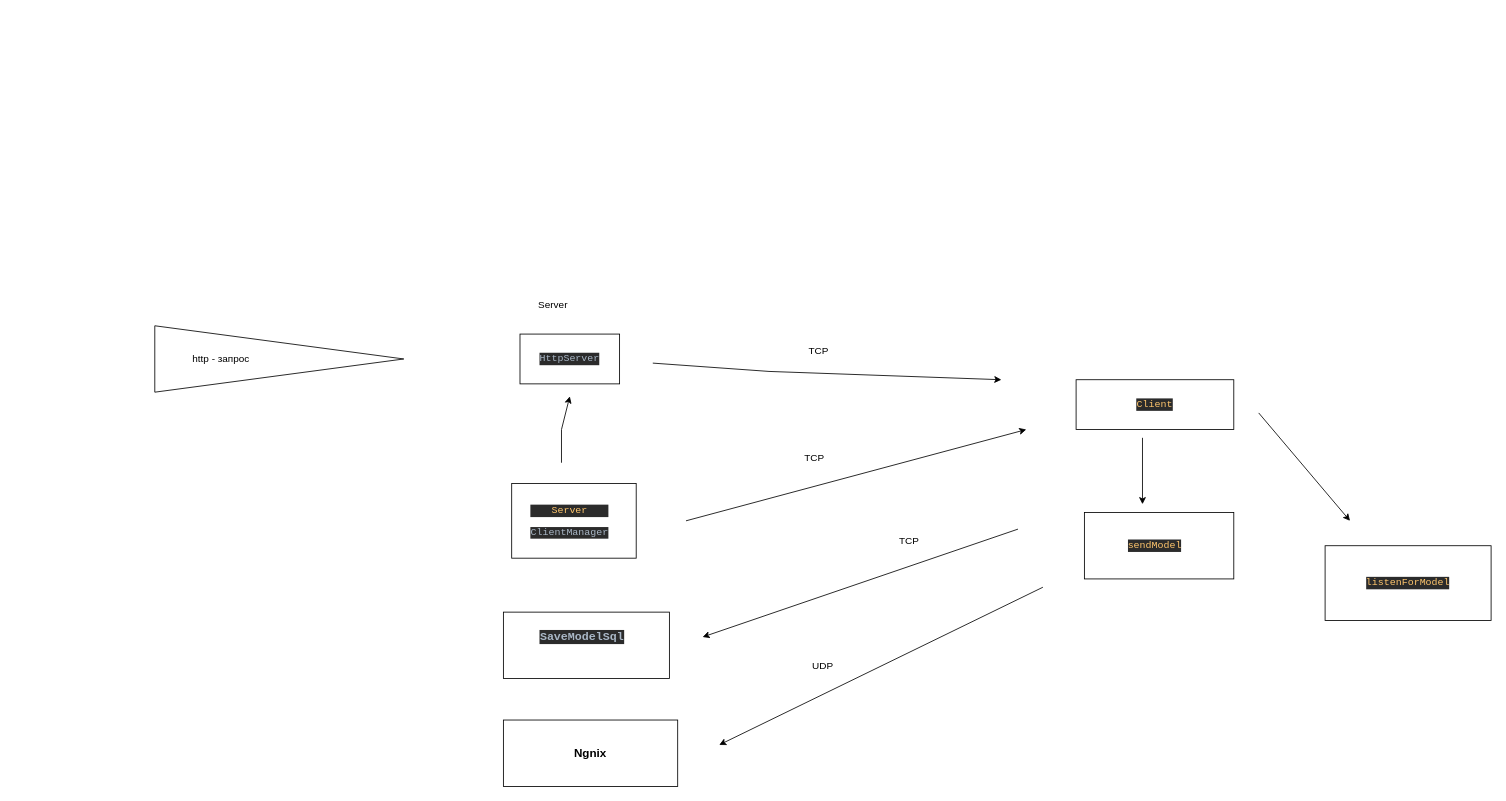
Before: src/main/java/structure_diagram.drawio in seregAnt02/AsuTcpServerOnJava, a draw.io diagram. Source tidied: cells renumbered, new cells numbered last; positions are measured from the earlier drawing's top-left corner, leaving out a move shared by most shapes. Both pictures are drawn from the tidied source at 83%, with x=0, y=0 at pixel (154, 292).
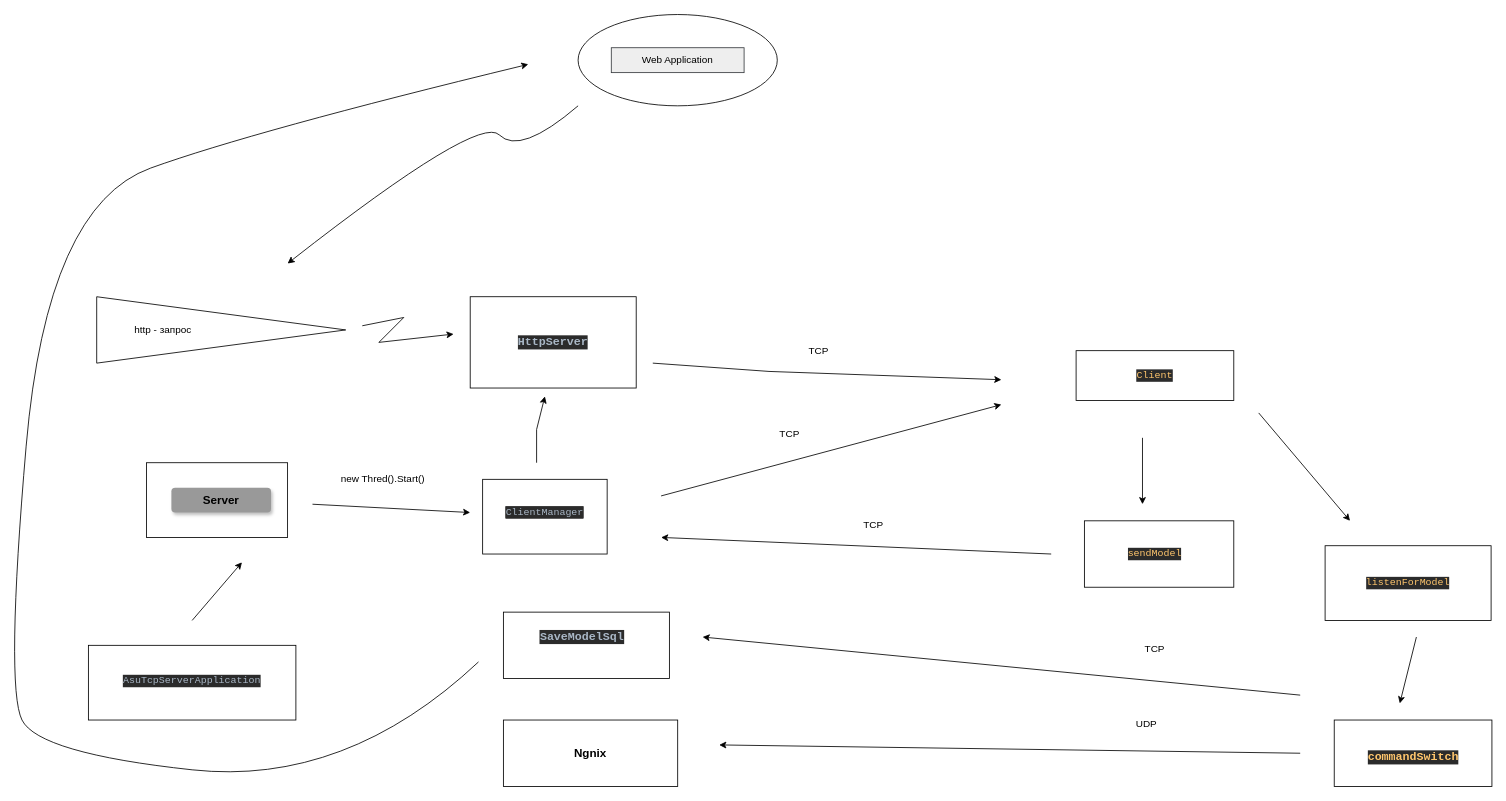
The same diagram, later.

Commit message (it also covers changes not shown here):
update decription structure application #1

What changed in the source:
```diff
@@
     <mxCell id="2" style="group;" parent="1" vertex="1">
-      <mxGeometry y="40" width="300" height="80" as="geometry" />
+      <mxGeometry x="-70" y="5" width="300" height="80" as="geometry" />
     </mxCell>
@@
-    <mxCell id="5" style="group;" parent="1" vertex="1">
-      <mxGeometry x="350" width="300" height="340" as="geometry" />
-    </mxCell>
-    <mxCell id="6" value="Server" style="text;html=1;align=center;verticalAlign=middle;whiteSpace=wrap;rounded=0;" parent="5" vertex="1">
-      <mxGeometry x="100" width="60" height="30" as="geometry" />
-    </mxCell>
-    <mxCell id="7" style="rounded=0;whiteSpace=wrap;html=1;" parent="5" vertex="1">
-      <mxGeometry x="90" y="50" width="120" height="60" as="geometry" />
-    </mxCell>
-    <mxCell id="8" value="&lt;pre style=&quot;background-color:#2b2b2b;color:#a9b7c6;font-family:'JetBrains Mono',monospace;font-size:9,8pt;&quot;&gt;HttpServer&lt;/pre&gt;" style="text;html=1;align=center;verticalAlign=middle;whiteSpace=wrap;rounded=0;" parent="5" vertex="1">
-      <mxGeometry x="120" y="65" width="60" height="30" as="geometry" />
-    </mxCell>
-    <mxCell id="9" style="rounded=0;whiteSpace=wrap;html=1;" parent="5" vertex="1">
-      <mxGeometry x="80" y="230" width="150" height="90" as="geometry" />
-    </mxCell>
-    <mxCell id="10" value="&lt;pre style=&quot;background-color: rgb(43, 43, 43); color: rgb(169, 183, 198); font-family: &amp;quot;JetBrains Mono&amp;quot;, monospace;&quot;&gt;&lt;pre style=&quot;font-family: &amp;quot;JetBrains Mono&amp;quot;, monospace;&quot;&gt;&lt;span style=&quot;color:#ffc66d;&quot;&gt;Server&lt;/span&gt;&lt;/pre&gt;&lt;/pre&gt;&lt;pre style=&quot;background-color: rgb(43, 43, 43); color: rgb(169, 183, 198); font-family: &amp;quot;JetBrains Mono&amp;quot;, monospace;&quot;&gt;ClientManager&lt;/pre&gt;" style="text;html=1;align=center;verticalAlign=middle;whiteSpace=wrap;rounded=0;" parent="5" vertex="1">
-      <mxGeometry x="90" y="245.7" width="120" height="60" as="geometry" />
-    </mxCell>
@@
-    <mxCell id="15" style="endArrow=classic;html=1;rounded=0;" parent="1" edge="1">
-      <mxGeometry relative="1" as="geometry">
-        <mxPoint x="490" y="205" as="sourcePoint" />
-        <mxPoint x="500" y="125" as="targetPoint" />
-        <Array as="points">
-          <mxPoint x="490" y="165" />
-        </Array>
-      </mxGeometry>
-    </mxCell>
@@
     <mxCell id="19" style="group;" parent="1" vertex="1">
-      <mxGeometry x="640" y="165" width="410" height="110" as="geometry" />
+      <mxGeometry x="610" y="135" width="410" height="110" as="geometry" />
     </mxCell>
@@
-    <mxCell id="22" style="group;" parent="1" vertex="1">
-      <mxGeometry x="660" y="285" width="380" height="130" as="geometry" />
-    </mxCell>
-    <mxCell id="23" value="TCP" style="text;html=1;align=center;verticalAlign=middle;whiteSpace=wrap;rounded=0;" parent="22" vertex="1">
-      <mxGeometry x="220" width="58.2" height="30" as="geometry" />
-    </mxCell>
-    <mxCell id="24" style="endArrow=classic;html=1;rounded=0;" parent="22" edge="1">
-      <mxGeometry relative="1" as="geometry">
-        <mxPoint x="380" as="sourcePoint" />
-        <mxPoint y="130" as="targetPoint" />
-      </mxGeometry>
-    </mxCell>
-    <mxCell id="25" style="group;" parent="1" vertex="1">
-      <mxGeometry x="680" y="355" width="390" height="190" as="geometry" />
-    </mxCell>
-    <mxCell id="26" value="UDP" style="text;html=1;align=center;verticalAlign=middle;whiteSpace=wrap;rounded=0;" parent="25" vertex="1">
-      <mxGeometry x="70" y="80" width="110" height="30" as="geometry" />
-    </mxCell>
-    <mxCell id="27" style="endArrow=classic;html=1;rounded=0;" parent="25" edge="1">
-      <mxGeometry relative="1" as="geometry">
-        <mxPoint x="390" as="sourcePoint" />
-        <mxPoint y="190" as="targetPoint" />
-      </mxGeometry>
-    </mxCell>
-    <mxCell id="28" style="group;" parent="1" vertex="1">
-      <mxGeometry x="1110" y="105" width="190" height="240" as="geometry" />
-    </mxCell>
-    <mxCell id="29" style="group;" parent="28" vertex="1">
-      <mxGeometry width="190" height="60" as="geometry" />
-    </mxCell>
-    <mxCell id="30" style="rounded=0;whiteSpace=wrap;html=1;" parent="29" vertex="1">
-      <mxGeometry width="190" height="60" as="geometry" />
-    </mxCell>
-    <mxCell id="31" value="&lt;pre style=&quot;background-color: rgb(43, 43, 43); color: rgb(169, 183, 198); font-family: &amp;quot;JetBrains Mono&amp;quot;, monospace;&quot;&gt;&lt;pre style=&quot;font-family: &amp;quot;JetBrains Mono&amp;quot;, monospace;&quot;&gt;&lt;span style=&quot;color:#ffc66d;&quot;&gt;Client&lt;/span&gt;&lt;/pre&gt;&lt;/pre&gt;" style="text;html=1;align=center;verticalAlign=middle;whiteSpace=wrap;rounded=0;" parent="29" vertex="1">
-      <mxGeometry x="20" y="15" width="150" height="30" as="geometry" />
-    </mxCell>
-    <mxCell id="32" style="group;" parent="28" vertex="1">
-      <mxGeometry x="10" y="160" width="180" height="80" as="geometry" />
-    </mxCell>
-    <mxCell id="33" style="rounded=0;whiteSpace=wrap;html=1;" parent="32" vertex="1">
-      <mxGeometry width="180" height="80" as="geometry" />
-    </mxCell>
-    <mxCell id="34" value="&lt;pre style=&quot;background-color:#2b2b2b;color:#a9b7c6;font-family:'JetBrains Mono',monospace;font-size:9,8pt;&quot;&gt;&lt;span style=&quot;color:#ffc66d;&quot;&gt;sendModel&lt;/span&gt;&lt;/pre&gt;" style="text;html=1;align=center;verticalAlign=middle;whiteSpace=wrap;rounded=0;" parent="32" vertex="1">
-      <mxGeometry x="30" y="25" width="110" height="30" as="geometry" />
-    </mxCell>
-    <mxCell id="35" style="endArrow=classic;html=1;rounded=0;" parent="1" edge="1">
-      <mxGeometry relative="1" as="geometry">
-        <mxPoint x="1190" y="175" as="sourcePoint" />
-        <mxPoint x="1190" y="255" as="targetPoint" />
-      </mxGeometry>
-    </mxCell>
@@
+    <mxCell id="40" style="group;" parent="1" vertex="1">
+      <mxGeometry x="380" y="5" width="200" height="310" as="geometry" />
+    </mxCell>
+    <mxCell id="15" style="endArrow=classic;html=1;rounded=0;" parent="40" edge="1">
+      <mxGeometry relative="1" as="geometry">
+        <mxPoint x="80" y="200" as="sourcePoint" />
+        <mxPoint x="90" y="120" as="targetPoint" />
+        <Array as="points">
+          <mxPoint x="80" y="160" />
+        </Array>
+      </mxGeometry>
+    </mxCell>
+    <mxCell id="41" style="edgeStyle=orthogonalEdgeStyle;rounded=0;jettySize=auto;html=1;" parent="40" edge="1" target="8">
+      <mxGeometry relative="1" as="geometry">
+        <mxPoint x="90" y="45" as="sourcePoint" />
+      </mxGeometry>
+    </mxCell>
+    <mxCell id="7" style="rounded=0;whiteSpace=wrap;html=1;" parent="40" vertex="1">
+      <mxGeometry width="200" height="110" as="geometry" />
+    </mxCell>
+    <mxCell id="8" value="&lt;h3 style=&quot;background-color: light-dark(rgb(43, 43, 43), rgb(200, 200, 200)); color: light-dark(rgb(169, 183, 198), rgb(71, 83, 96)); font-family: &amp;quot;JetBrains Mono&amp;quot;, monospace;&quot;&gt;HttpServer&lt;/h3&gt;" style="text;html=1;align=center;verticalAlign=middle;whiteSpace=wrap;rounded=0;" parent="40" vertex="1">
+      <mxGeometry x="30" y="30" width="140" height="50" as="geometry" />
+    </mxCell>
+    <mxCell id="9" style="rounded=0;whiteSpace=wrap;html=1;" parent="40" vertex="1">
+      <mxGeometry x="15" y="220" width="150" height="90" as="geometry" />
+    </mxCell>
+    <mxCell id="10" value="&lt;pre style=&quot;background-color: rgb(43, 43, 43); color: rgb(169, 183, 198); font-family: &amp;quot;JetBrains Mono&amp;quot;, monospace;&quot;&gt;&lt;pre style=&quot;font-family: &amp;quot;JetBrains Mono&amp;quot;, monospace;&quot;&gt;&lt;span style=&quot;background-color: light-dark(rgb(43, 43, 43), rgb(200, 200, 200)); color: light-dark(rgb(169, 183, 198), rgb(71, 83, 96)); white-space: normal;&quot;&gt;ClientManager&lt;/span&gt;&lt;/pre&gt;&lt;/pre&gt;" style="text;html=1;align=center;verticalAlign=middle;whiteSpace=wrap;rounded=0;" parent="40" vertex="1">
+      <mxGeometry x="30" y="230" width="120" height="60" as="geometry" />
+    </mxCell>
+    <mxCell id="42" style="group;" parent="1" vertex="1">
+      <mxGeometry x="-80" y="425" width="250" height="90" as="geometry" />
+    </mxCell>
+    <mxCell id="43" style="rounded=0;whiteSpace=wrap;html=1;" parent="42" vertex="1">
+      <mxGeometry width="250" height="90" as="geometry" />
+    </mxCell>
+    <mxCell id="44" value="&lt;pre style=&quot;background-color:#2b2b2b;color:#a9b7c6;font-family:'JetBrains Mono',monospace;font-size:9,8pt;&quot;&gt;AsuTcpServerApplication&lt;/pre&gt;" style="text;html=1;align=center;verticalAlign=middle;whiteSpace=wrap;rounded=0;" parent="42" vertex="1">
+      <mxGeometry x="20" y="25" width="210" height="35" as="geometry" />
+    </mxCell>
+    <mxCell id="45" style="endArrow=classic;html=1;rounded=0;" parent="1" edge="1">
+      <mxGeometry relative="1" as="geometry">
+        <mxPoint x="45" y="395" as="sourcePoint" />
+        <mxPoint x="105" y="325" as="targetPoint" />
+      </mxGeometry>
+    </mxCell>
+    <mxCell id="46" style="group;" parent="1" vertex="1">
+      <mxGeometry x="-10" y="205" width="170" height="90" as="geometry" />
+    </mxCell>
+    <mxCell id="47" style="rounded=0;whiteSpace=wrap;html=1;" parent="46" vertex="1">
+      <mxGeometry width="170" height="90" as="geometry" />
+    </mxCell>
+    <mxCell id="6" value="&lt;h3&gt;Server&lt;/h3&gt;" style="text;html=1;align=center;verticalAlign=middle;whiteSpace=wrap;rounded=1;shadow=1;fillColor=#999999;" parent="46" vertex="1">
+      <mxGeometry x="30" y="30" width="120" height="30" as="geometry" />
+    </mxCell>
+    <mxCell id="48" style="group;" parent="1" vertex="1">
+      <mxGeometry x="190" y="210" width="190" height="55" as="geometry" />
+    </mxCell>
+    <mxCell id="49" style="endArrow=classic;html=1;rounded=0;" parent="48" edge="1">
+      <mxGeometry relative="1" as="geometry">
+        <mxPoint y="45" as="sourcePoint" />
+        <mxPoint x="190" y="55" as="targetPoint" />
+      </mxGeometry>
+    </mxCell>
+    <mxCell id="50" value="new Thred().Start()" style="text;html=1;align=center;verticalAlign=middle;whiteSpace=wrap;rounded=0;" parent="48" vertex="1">
+      <mxGeometry x="10" width="150" height="30" as="geometry" />
+    </mxCell>
+    <mxCell id="51" style="endArrow=classic;html=1;rounded=0;" parent="1" edge="1">
+      <mxGeometry relative="1" as="geometry">
+        <mxPoint x="250" y="40" as="sourcePoint" />
+        <mxPoint x="360" y="50" as="targetPoint" />
+        <Array as="points">
+          <mxPoint x="300" y="30" />
+          <mxPoint x="270" y="60" />
+        </Array>
+      </mxGeometry>
+    </mxCell>
+    <mxCell id="52" style="group;" parent="1" vertex="1">
+      <mxGeometry x="1421" y="515" width="190" height="80" as="geometry" />
+    </mxCell>
+    <mxCell id="53" style="rounded=0;whiteSpace=wrap;html=1;" parent="52" vertex="1">
+      <mxGeometry width="190" height="80" as="geometry" />
+    </mxCell>
+    <mxCell id="54" value="&lt;h3 style=&quot;background-color: light-dark(rgb(43, 43, 43), rgb(200, 200, 200)); color: light-dark(rgb(169, 183, 198), rgb(71, 83, 96)); font-family: &amp;quot;JetBrains Mono&amp;quot;, monospace;&quot;&gt;&lt;span style=&quot;color: rgb(255, 198, 109);&quot;&gt;commandSwitch&lt;/span&gt;&lt;/h3&gt;" style="text;html=1;align=center;verticalAlign=middle;whiteSpace=wrap;rounded=0;" parent="52" vertex="1">
+      <mxGeometry x="1" y="30" width="189" height="30" as="geometry" />
+    </mxCell>
+    <mxCell id="55" style="endArrow=classic;html=1;rounded=0;" parent="1" edge="1">
+      <mxGeometry relative="1" as="geometry">
+        <mxPoint x="1520" y="415" as="sourcePoint" />
+        <mxPoint x="1500" y="495" as="targetPoint" />
+      </mxGeometry>
+    </mxCell>
+    <mxCell id="56" style="group;" parent="1" vertex="1">
+      <mxGeometry x="680" y="505" width="700" height="50" as="geometry" />
+    </mxCell>
+    <mxCell id="26" value="UDP" style="text;html=1;align=center;verticalAlign=middle;whiteSpace=wrap;rounded=0;" parent="56" vertex="1">
+      <mxGeometry x="460" width="110" height="30" as="geometry" />
+    </mxCell>
+    <mxCell id="27" style="endArrow=classic;html=1;rounded=0;" parent="56" edge="1">
+      <mxGeometry relative="1" as="geometry">
+        <mxPoint x="700" y="50" as="sourcePoint" />
+        <mxPoint y="40" as="targetPoint" />
+      </mxGeometry>
+    </mxCell>
+    <mxCell id="57" style="group;" parent="1" vertex="1">
+      <mxGeometry x="660" y="415" width="720" height="70" as="geometry" />
+    </mxCell>
+    <mxCell id="23" value="TCP" style="text;html=1;align=center;verticalAlign=middle;whiteSpace=wrap;rounded=0;" parent="57" vertex="1">
+      <mxGeometry x="515.9" width="58.2" height="30" as="geometry" />
+    </mxCell>
+    <mxCell id="24" style="endArrow=classic;html=1;rounded=0;" parent="57" edge="1">
+      <mxGeometry relative="1" as="geometry">
+        <mxPoint x="720" y="70" as="sourcePoint" />
+        <mxPoint as="targetPoint" />
+      </mxGeometry>
+    </mxCell>
+    <mxCell id="58" style="group;" parent="1" vertex="1">
+      <mxGeometry x="610" y="265" width="470" height="50" as="geometry" />
+    </mxCell>
+    <mxCell id="59" value="TCP" style="text;html=1;align=center;verticalAlign=middle;whiteSpace=wrap;rounded=0;" parent="58" vertex="1">
+      <mxGeometry x="240" width="32.3" height="30" as="geometry" />
+    </mxCell>
+    <mxCell id="60" style="endArrow=classic;html=1;rounded=0;" parent="58" edge="1">
+      <mxGeometry relative="1" as="geometry">
+        <mxPoint x="470" y="50" as="sourcePoint" />
+        <mxPoint y="30" as="targetPoint" />
+      </mxGeometry>
+    </mxCell>
+    <mxCell id="61" style="group;" parent="1" vertex="1">
+      <mxGeometry x="1110" y="70" width="190" height="285" as="geometry" />
+    </mxCell>
+    <mxCell id="35" style="endArrow=classic;html=1;rounded=0;" parent="61" edge="1">
+      <mxGeometry relative="1" as="geometry">
+        <mxPoint x="80" y="105" as="sourcePoint" />
+        <mxPoint x="80" y="185" as="targetPoint" />
+      </mxGeometry>
+    </mxCell>
+    <mxCell id="32" style="group;" parent="61" vertex="1">
+      <mxGeometry x="10" y="205" width="180" height="80" as="geometry" />
+    </mxCell>
+    <mxCell id="33" style="rounded=0;whiteSpace=wrap;html=1;" parent="32" vertex="1">
+      <mxGeometry width="180" height="80" as="geometry" />
+    </mxCell>
+    <mxCell id="34" value="&lt;pre style=&quot;background-color:#2b2b2b;color:#a9b7c6;font-family:'JetBrains Mono',monospace;font-size:9,8pt;&quot;&gt;&lt;span style=&quot;color:#ffc66d;&quot;&gt;sendModel&lt;/span&gt;&lt;/pre&gt;" style="text;html=1;align=center;verticalAlign=middle;whiteSpace=wrap;rounded=0;" parent="32" vertex="1">
+      <mxGeometry x="30" y="25" width="110" height="30" as="geometry" />
+    </mxCell>
+    <mxCell id="29" style="group;" parent="61" vertex="1">
+      <mxGeometry width="190" height="60" as="geometry" />
+    </mxCell>
+    <mxCell id="30" style="rounded=0;whiteSpace=wrap;html=1;" parent="29" vertex="1">
+      <mxGeometry width="190" height="60" as="geometry" />
+    </mxCell>
+    <mxCell id="31" value="&lt;pre style=&quot;background-color: rgb(43, 43, 43); color: rgb(169, 183, 198); font-family: &amp;quot;JetBrains Mono&amp;quot;, monospace;&quot;&gt;&lt;pre style=&quot;font-family: &amp;quot;JetBrains Mono&amp;quot;, monospace;&quot;&gt;&lt;span style=&quot;color:#ffc66d;&quot;&gt;Client&lt;/span&gt;&lt;/pre&gt;&lt;/pre&gt;" style="text;html=1;align=center;verticalAlign=middle;whiteSpace=wrap;rounded=0;" parent="29" vertex="1">
+      <mxGeometry x="20" y="15" width="150" height="30" as="geometry" />
+    </mxCell>
+    <mxCell id="62" style="group;" parent="1" vertex="1">
+      <mxGeometry x="510" y="-335" width="240" height="110" as="geometry" />
+    </mxCell>
+    <mxCell id="63" style="ellipse;whiteSpace=wrap;html=1;" parent="62" vertex="1">
+      <mxGeometry width="240" height="110" as="geometry" />
+    </mxCell>
+    <mxCell id="64" value="Web Application" style="text;html=1;align=center;verticalAlign=middle;whiteSpace=wrap;rounded=0;fillColor=#eeeeee;strokeColor=#36393d;" parent="62" vertex="1">
+      <mxGeometry x="40" y="40" width="160" height="30" as="geometry" />
+    </mxCell>
+    <mxCell id="65" style="curved=1;endArrow=classic;html=1;rounded=0;" parent="1" edge="1">
+      <mxGeometry relative="1" as="geometry">
+        <mxPoint x="510" y="-225" as="sourcePoint" />
+        <mxPoint x="160" y="-35" as="targetPoint" />
+        <Array as="points">
+          <mxPoint x="440" y="-165" />
+          <mxPoint x="390" y="-215" />
+        </Array>
+      </mxGeometry>
+    </mxCell>
+    <mxCell id="66" style="curved=1;endArrow=classic;html=1;rounded=0;" parent="1" edge="1">
+      <mxGeometry relative="1" as="geometry">
+        <mxPoint x="390" y="445" as="sourcePoint" />
+        <mxPoint x="450" y="-275" as="targetPoint" />
+        <Array as="points">
+          <mxPoint x="230" y="595" />
+          <mxPoint x="-140" y="555" />
+          <mxPoint x="-180" y="475" />
+          <mxPoint x="-130" y="-105" />
+          <mxPoint x="120" y="-195" />
+        </Array>
+      </mxGeometry>
+    </mxCell>
```
